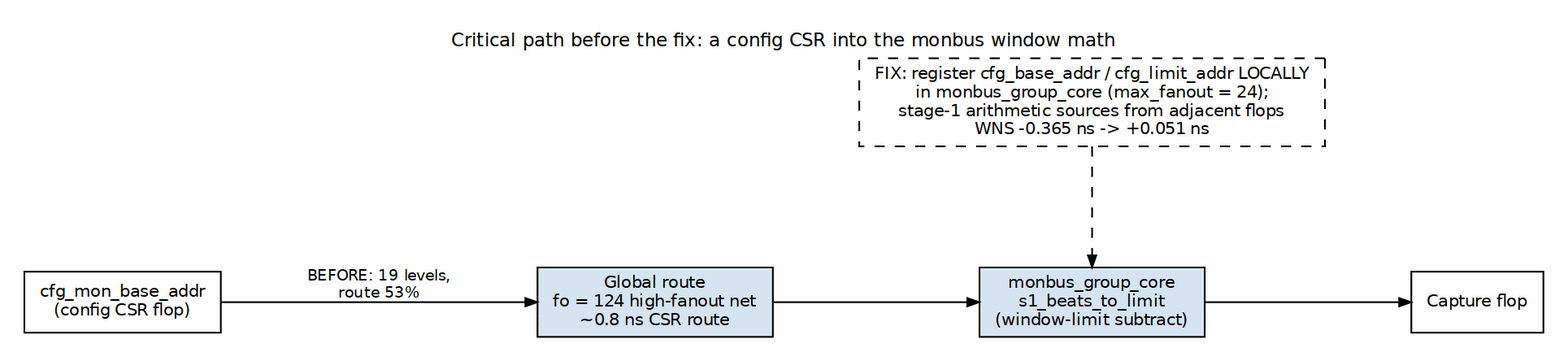
This is projects/fpga-systems/Genesys2/dma-ip/rapids_beats/docs/assets/graphviz/rapids_timing_path.png from sean-galloway/RTLDesignSherpa, a Graphviz export, as it was before one commit. Its source is kept beside it as projects/fpga-systems/Genesys2/dma-ip/rapids_beats/docs/assets/graphviz/rapids_timing_path.dot. The source it was exported from:
```dot
digraph rapids_timing_path {
    graph [rankdir=LR, bgcolor="white", fontname="Helvetica", fontsize=11, nodesep="0.5", ranksep="0.7", splines=polyline, newrank=true, labelloc=t, labeljust=c, pad="0.2", label="Critical path before the fix: a config CSR into the monbus window math"];
    node  [fontname="Helvetica", fontsize=10, shape=box, style=filled, fillcolor="#D6E4F0", color="black", margin="0.12,0.06"];
    edge  [fontname="Helvetica", fontsize=9, color="black", arrowsize=0.7];
    csr [label="cfg_mon_base_addr\n(config CSR flop)", fillcolor="white"];
    rt  [label="Global route\nfo = 124 high-fanout net\n~0.8 ns CSR route"];
    s1  [label="monbus_group_core\ns1_beats_to_limit\n(window-limit subtract)"];
    ep  [label="Capture flop", fillcolor="white"];
    fix [label="FIX: register cfg_base_addr / cfg_limit_addr LOCALLY\nin monbus_group_core (max_fanout = 24);\nstage-1 arithmetic sources from adjacent flops\nWNS -0.365 ns -> +0.051 ns", fillcolor="white", style="filled,dashed"];
    csr -> rt [label="BEFORE: 19 levels,\nroute 53%", minlen=2];
    rt  -> s1;
    s1  -> ep;
    fix -> s1 [style=dashed];
    { rank=same; s1; fix; }
}
```
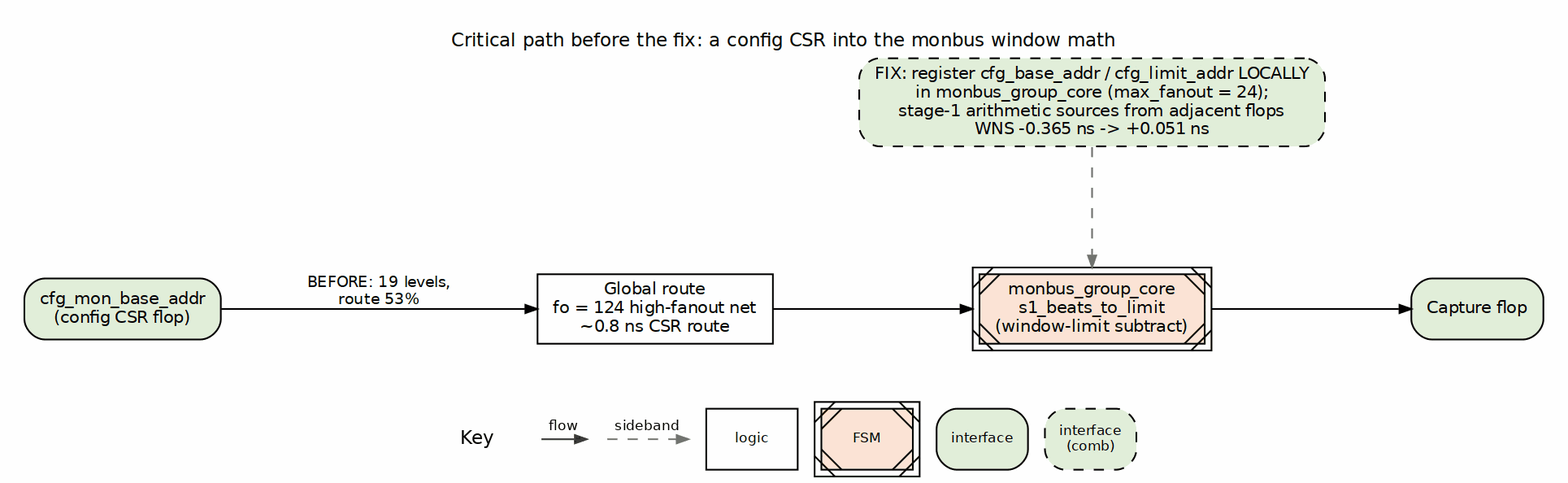
The same diagram one commit later.

What changed in the source:
```diff
@@ -1,15 +1,15 @@
 digraph rapids_timing_path {
     graph [rankdir=LR, bgcolor="white", fontname="Helvetica", fontsize=11, nodesep="0.5", ranksep="0.7", splines=polyline, newrank=true, labelloc=t, labeljust=c, pad="0.2", label="Critical path before the fix: a config CSR into the monbus window math"];
-    node  [fontname="Helvetica", fontsize=10, shape=box, style=filled, fillcolor="#D6E4F0", color="black", margin="0.12,0.06"];
+    node  [fontname="Helvetica", fontsize=10, shape=box, style=filled, fillcolor="white", color="black", margin="0.12,0.06"];
     edge  [fontname="Helvetica", fontsize=9, color="black", arrowsize=0.7];
-    csr [label="cfg_mon_base_addr\n(config CSR flop)", fillcolor="white"];
-    rt  [label="Global route\nfo = 124 high-fanout net\n~0.8 ns CSR route"];
-    s1  [label="monbus_group_core\ns1_beats_to_limit\n(window-limit subtract)"];
-    ep  [label="Capture flop", fillcolor="white"];
-    fix [label="FIX: register cfg_base_addr / cfg_limit_addr LOCALLY\nin monbus_group_core (max_fanout = 24);\nstage-1 arithmetic sources from adjacent flops\nWNS -0.365 ns -> +0.051 ns", fillcolor="white", style="filled,dashed"];
+    csr [label="cfg_mon_base_addr\n(config CSR flop)", fillcolor="white", style="rounded,filled", fillcolor="#E2EFDA"];
+    rt  [label="Global route\nfo = 124 high-fanout net\n~0.8 ns CSR route", style="filled", fillcolor="white"];
+    s1  [label="monbus_group_core\ns1_beats_to_limit\n(window-limit subtract)", peripheries=2, style="filled,diagonals", fillcolor="#FCE4D6"];
+    ep  [label="Capture flop", fillcolor="white", style="rounded,filled", fillcolor="#E2EFDA"];
+    fix [label="FIX: register cfg_base_addr / cfg_limit_addr LOCALLY\nin monbus_group_core (max_fanout = 24);\nstage-1 arithmetic sources from adjacent flops\nWNS -0.365 ns -> +0.051 ns", fillcolor="white", style="filled,dashed", style="rounded,filled,dashed", fillcolor="#E2EFDA"];
     csr -> rt [label="BEFORE: 19 levels,\nroute 53%", minlen=2];
     rt  -> s1;
     s1  -> ep;
-    fix -> s1 [style=dashed];
+    fix -> s1 [style=dashed, color="#777777"];
     { rank=same; s1; fix; }
 }
```
